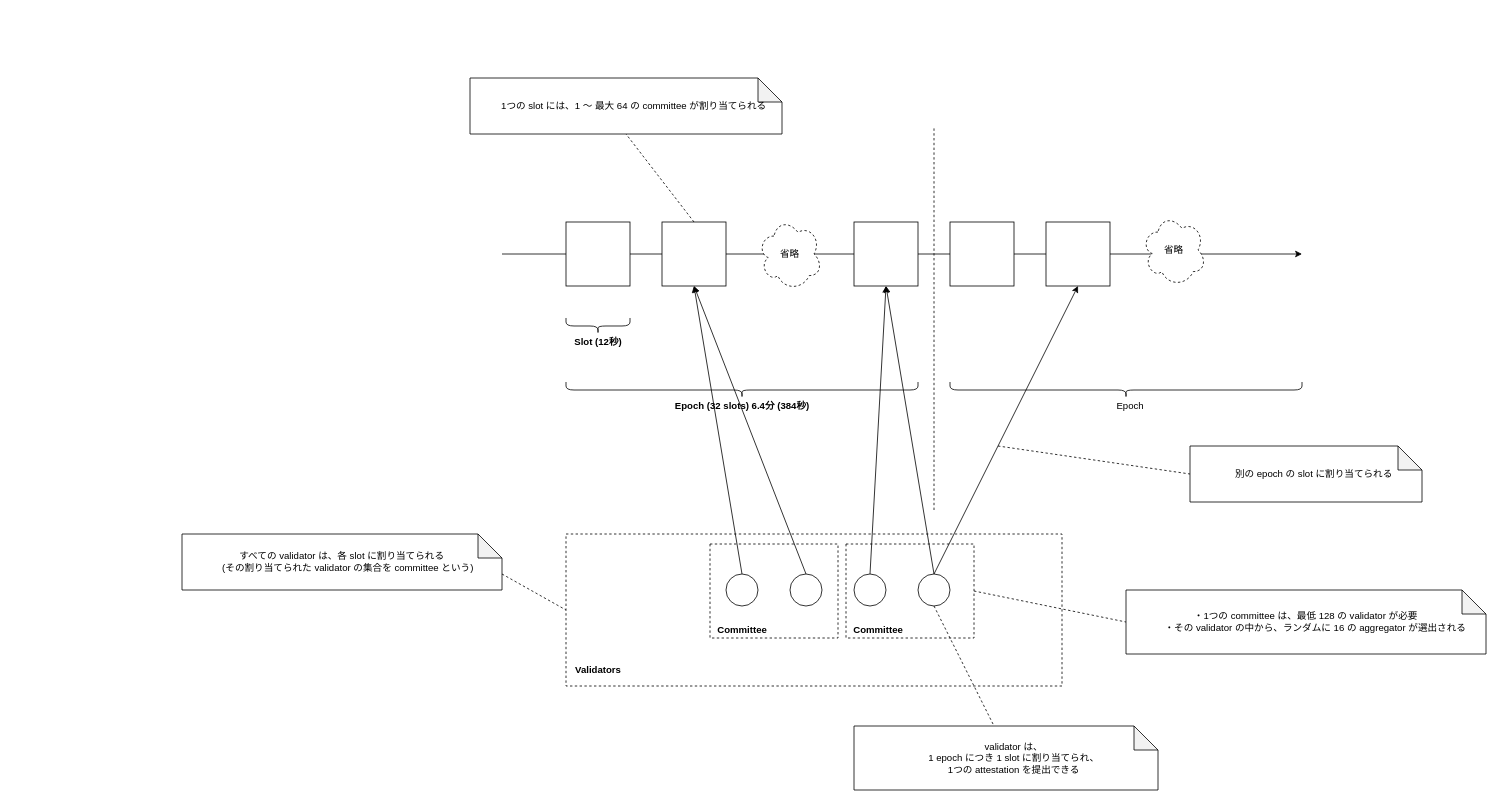
Above: consensus-layer/validator_committee.drawio in ackintosh/sandbox (draw.io), before the change. Source tidied: cells renumbered, new cells numbered last; positions are measured from the earlier drawing's top-left corner, leaving out a move shared by most shapes. Both pictures are drawn from the tidied source at 80%, with x=0, y=0 at pixel (182, 78).
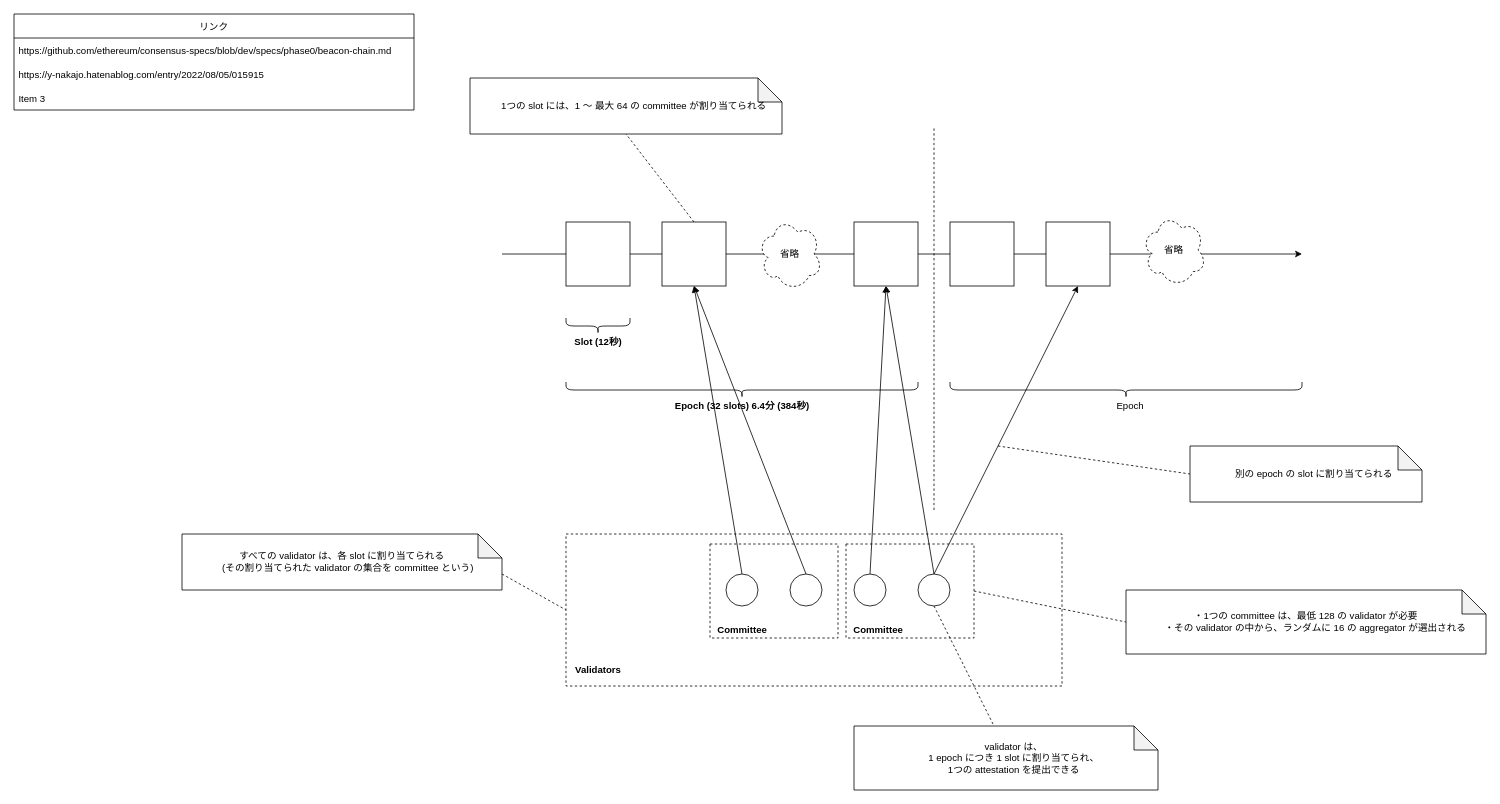
After the change.

Diff of the diagram source:
```diff
@@
+    <mxCell id="46" value="リンク" style="swimlane;fontStyle=0;horizontal=1;startSize=30;" parent="1" vertex="1">
+      <mxGeometry x="-210" y="-80" width="500" height="120" as="geometry" />
+    </mxCell>
+    <mxCell id="47" value="https://github.com/ethereum/consensus-specs/blob/dev/specs/phase0/beacon-chain.md" style="text;strokeColor=none;fillColor=none;align=left;verticalAlign=middle;spacingLeft=4;spacingRight=4;overflow=hidden;" parent="46" vertex="1">
+      <mxGeometry y="30" width="500" height="30" as="geometry" />
+    </mxCell>
+    <mxCell id="48" value="https://y-nakajo.hatenablog.com/entry/2022/08/05/015915" style="text;strokeColor=none;fillColor=none;align=left;verticalAlign=middle;spacingLeft=4;spacingRight=4;overflow=hidden;" parent="46" vertex="1">
+      <mxGeometry y="60" width="500" height="30" as="geometry" />
+    </mxCell>
+    <mxCell id="49" value="Item 3" style="text;strokeColor=none;fillColor=none;align=left;verticalAlign=middle;spacingLeft=4;spacingRight=4;overflow=hidden;" parent="46" vertex="1">
+      <mxGeometry y="90" width="500" height="30" as="geometry" />
+    </mxCell>
```
